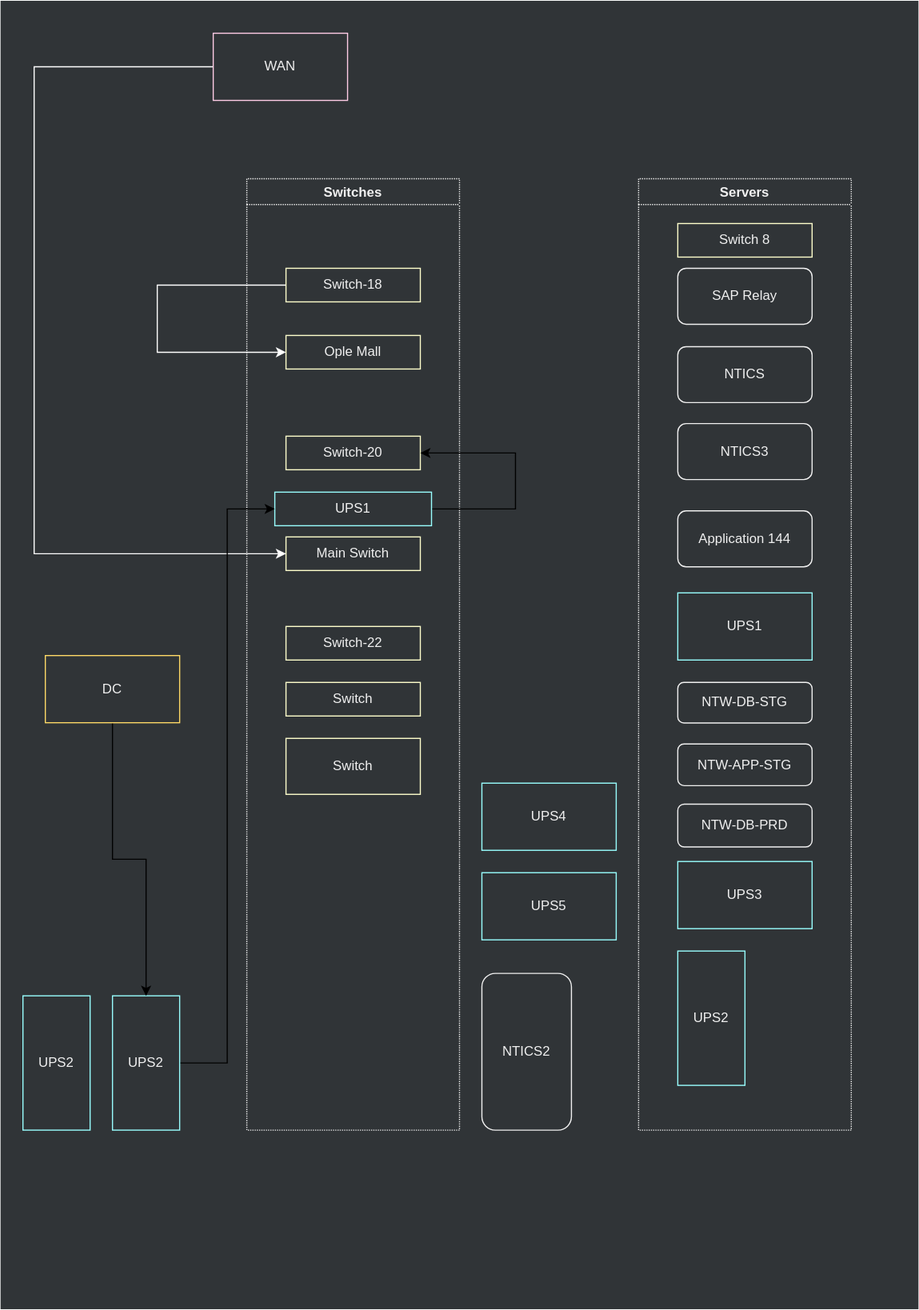
Above: assets/.draw.io/references/cypress-lan-structure-diagram.svg in jiholee-ntwglobal/jiholee-ntwglobal.github.io (draw.io), before the change. Source tidied: cells renumbered, new cells last; positions are measured from the earlier drawing's top-left corner, leaving out a move shared by most shapes. Its diagram source:
```xml
<mxGraphModel>
  <root>
    <mxCell id="0" />
    <mxCell id="1" parent="0" />
    <mxCell id="2" style="rounded=0;whiteSpace=wrap;html=1;fillColor=#303437;strokeColor=none;" parent="1" vertex="1">
      <mxGeometry width="820" height="1169" as="geometry" />
    </mxCell>
    <mxCell id="3" value="Switches" style="swimlane;rounded=0;strokeColor=#F0F0F0;fontColor=#F0F0F0;dashed=1;dashPattern=1 1;fillColor=#303437;swimlaneFillColor=#303437;" parent="1" vertex="1">
      <mxGeometry x="220" y="159" width="190" height="850" as="geometry" />
    </mxCell>
    <mxCell id="4" style="edgeStyle=orthogonalEdgeStyle;rounded=0;jettySize=auto;html=1;exitX=0;exitY=0.5;exitDx=0;exitDy=0;fillColor=#60a917;strokeColor=#FFFFFF;entryX=0;entryY=0.5;entryDx=0;entryDy=0;" parent="3" edge="1" source="5" target="6">
      <mxGeometry relative="1" as="geometry">
        <Array as="points">
          <mxPoint x="-80" y="95" />
          <mxPoint x="-80" y="155" />
        </Array>
      </mxGeometry>
    </mxCell>
    <mxCell id="5" value="Switch-18" style="rounded=0;whiteSpace=wrap;html=1;fillColor=none;fontColor=#F0F0F0;strokeColor=#FFFFCC;" parent="3" vertex="1">
      <mxGeometry x="35" y="80" width="120" height="30" as="geometry" />
    </mxCell>
    <mxCell id="6" value="Ople Mall" style="rounded=0;whiteSpace=wrap;html=1;fillColor=none;fontColor=#F0F0F0;strokeColor=#FFFFCC;" parent="3" vertex="1">
      <mxGeometry x="35" y="140" width="120" height="30" as="geometry" />
    </mxCell>
    <mxCell id="7" value="Switch-20" style="rounded=0;whiteSpace=wrap;html=1;fillColor=none;fontColor=#F0F0F0;strokeColor=#FFFFCC;" parent="3" vertex="1">
      <mxGeometry x="35" y="230" width="120" height="30" as="geometry" />
    </mxCell>
    <mxCell id="8" value="Main Switch" style="rounded=0;whiteSpace=wrap;html=1;fillColor=none;fontColor=#F0F0F0;strokeColor=#FFFFCC;" parent="3" vertex="1">
      <mxGeometry x="35" y="320" width="120" height="30" as="geometry" />
    </mxCell>
    <mxCell id="9" value="Switch-22" style="rounded=0;whiteSpace=wrap;html=1;fillColor=none;fontColor=#F0F0F0;strokeColor=#FFFFCC;" parent="3" vertex="1">
      <mxGeometry x="35" y="400" width="120" height="30" as="geometry" />
    </mxCell>
    <mxCell id="10" value="Switch" style="rounded=0;whiteSpace=wrap;html=1;fillColor=none;fontColor=#F0F0F0;strokeColor=#FFFFCC;" parent="3" vertex="1">
      <mxGeometry x="35" y="450" width="120" height="30" as="geometry" />
    </mxCell>
    <mxCell id="11" value="Switch" style="rounded=0;whiteSpace=wrap;html=1;fillColor=none;fontColor=#F0F0F0;strokeColor=#FFFFCC;" parent="3" vertex="1">
      <mxGeometry x="35" y="500" width="120" height="50" as="geometry" />
    </mxCell>
    <mxCell id="12" style="edgeStyle=orthogonalEdgeStyle;rounded=0;jettySize=auto;html=1;entryX=1;entryY=0.5;entryDx=0;entryDy=0;" parent="3" edge="1" source="13" target="7">
      <mxGeometry relative="1" as="geometry">
        <Array as="points">
          <mxPoint x="240" y="295" />
          <mxPoint x="240" y="245" />
        </Array>
      </mxGeometry>
    </mxCell>
    <mxCell id="13" value="UPS1" style="rounded=0;whiteSpace=wrap;html=1;fillColor=none;fontColor=#F0F0F0;strokeColor=#99FFFF;" parent="3" vertex="1">
      <mxGeometry x="25" y="280" width="140" height="30" as="geometry" />
    </mxCell>
    <mxCell id="14" value="Servers" style="swimlane;rounded=0;strokeColor=#F0F0F0;fontColor=#F0F0F0;dashed=1;dashPattern=1 1;swimlaneFillColor=#303437;fillColor=#303437;" parent="1" vertex="1">
      <mxGeometry x="570" y="159" width="190" height="850" as="geometry" />
    </mxCell>
    <mxCell id="15" value="NTICS" style="rounded=1;whiteSpace=wrap;html=1;strokeColor=#F0F0F0;fillColor=none;fontColor=#F0F0F0;" parent="14" vertex="1">
      <mxGeometry x="35" y="150" width="120" height="50" as="geometry" />
    </mxCell>
    <mxCell id="16" value="NTICS3" style="rounded=1;whiteSpace=wrap;html=1;strokeColor=#F0F0F0;fillColor=none;fontColor=#F0F0F0;" parent="14" vertex="1">
      <mxGeometry x="35" y="218.8" width="120" height="50" as="geometry" />
    </mxCell>
    <mxCell id="17" value="SAP Relay" style="rounded=1;whiteSpace=wrap;html=1;strokeColor=#F0F0F0;fillColor=none;fontColor=#F0F0F0;" parent="14" vertex="1">
      <mxGeometry x="35" y="80" width="120" height="50" as="geometry" />
    </mxCell>
    <mxCell id="18" value="Application 144" style="rounded=1;whiteSpace=wrap;html=1;strokeColor=#F0F0F0;fillColor=none;fontColor=#F0F0F0;" parent="14" vertex="1">
      <mxGeometry x="35" y="296.8" width="120" height="50" as="geometry" />
    </mxCell>
    <mxCell id="19" value="NTW-DB-STG" style="rounded=1;whiteSpace=wrap;html=1;strokeColor=#F0F0F0;fillColor=none;fontColor=#F0F0F0;" parent="14" vertex="1">
      <mxGeometry x="35" y="450" width="120" height="36.2" as="geometry" />
    </mxCell>
    <mxCell id="20" value="NTW-APP-STG" style="rounded=1;whiteSpace=wrap;html=1;strokeColor=#F0F0F0;fillColor=none;fontColor=#F0F0F0;" parent="14" vertex="1">
      <mxGeometry x="35" y="505" width="120" height="37.2" as="geometry" />
    </mxCell>
    <mxCell id="21" value="NTW-DB-PRD" style="rounded=1;whiteSpace=wrap;html=1;strokeColor=#F0F0F0;fillColor=none;fontColor=#F0F0F0;" parent="14" vertex="1">
      <mxGeometry x="35" y="558.8" width="120" height="38.2" as="geometry" />
    </mxCell>
    <mxCell id="22" value="UPS1" style="rounded=0;whiteSpace=wrap;html=1;fillColor=none;fontColor=#F0F0F0;strokeColor=#99FFFF;" parent="14" vertex="1">
      <mxGeometry x="35" y="370" width="120" height="60" as="geometry" />
    </mxCell>
    <mxCell id="23" value="UPS3" style="rounded=0;whiteSpace=wrap;html=1;fillColor=none;fontColor=#F0F0F0;strokeColor=#99FFFF;" parent="14" vertex="1">
      <mxGeometry x="35" y="610" width="120" height="60" as="geometry" />
    </mxCell>
    <mxCell id="24" value="Switch 8" style="rounded=0;whiteSpace=wrap;html=1;fillColor=none;fontColor=#F0F0F0;strokeColor=#FFFFCC;" parent="14" vertex="1">
      <mxGeometry x="35" y="40" width="120" height="30" as="geometry" />
    </mxCell>
    <mxCell id="25" value="UPS2" style="rounded=0;whiteSpace=wrap;html=1;fillColor=none;fontColor=#F0F0F0;strokeColor=#99FFFF;" parent="14" vertex="1">
      <mxGeometry x="35" y="690" width="60" height="120" as="geometry" />
    </mxCell>
    <mxCell id="26" value="NTICS2" style="rounded=1;whiteSpace=wrap;html=1;strokeColor=#F0F0F0;fillColor=none;fontColor=#F0F0F0;" parent="1" vertex="1">
      <mxGeometry x="430" y="869" width="80" height="140" as="geometry" />
    </mxCell>
    <mxCell id="27" value="UPS4" style="rounded=0;whiteSpace=wrap;html=1;fillColor=none;fontColor=#F0F0F0;strokeColor=#99FFFF;" parent="1" vertex="1">
      <mxGeometry x="430" y="699" width="120" height="60" as="geometry" />
    </mxCell>
    <mxCell id="28" value="UPS5" style="rounded=0;whiteSpace=wrap;html=1;fillColor=none;fontColor=#F0F0F0;strokeColor=#99FFFF;" parent="1" vertex="1">
      <mxGeometry x="430" y="779" width="120" height="60" as="geometry" />
    </mxCell>
    <mxCell id="29" style="edgeStyle=orthogonalEdgeStyle;rounded=0;jettySize=auto;html=1;entryX=0;entryY=0.5;entryDx=0;entryDy=0;strokeColor=#FFFFFF;" parent="1" edge="1" source="30" target="8">
      <mxGeometry relative="1" as="geometry">
        <Array as="points">
          <mxPoint x="30" y="59" />
          <mxPoint x="30" y="494" />
        </Array>
      </mxGeometry>
    </mxCell>
    <mxCell id="30" value="WAN" style="rounded=0;whiteSpace=wrap;html=1;fillColor=none;fontColor=#F0F0F0;strokeColor=#FFCCE6;" parent="1" vertex="1">
      <mxGeometry x="190" y="29" width="120" height="60" as="geometry" />
    </mxCell>
    <mxCell id="31" value="UPS2" style="rounded=0;whiteSpace=wrap;html=1;fillColor=none;fontColor=#F0F0F0;strokeColor=#99FFFF;" parent="1" vertex="1">
      <mxGeometry x="20" y="889" width="60" height="120" as="geometry" />
    </mxCell>
    <mxCell id="32" style="edgeStyle=orthogonalEdgeStyle;rounded=0;jettySize=auto;html=1;entryX=0;entryY=0.5;entryDx=0;entryDy=0;" parent="1" edge="1" source="33" target="13">
      <mxGeometry relative="1" as="geometry" />
    </mxCell>
    <mxCell id="33" value="UPS2" style="rounded=0;whiteSpace=wrap;html=1;fillColor=none;fontColor=#F0F0F0;strokeColor=#99FFFF;" parent="1" vertex="1">
      <mxGeometry x="100" y="889" width="60" height="120" as="geometry" />
    </mxCell>
    <mxCell id="34" style="edgeStyle=orthogonalEdgeStyle;rounded=0;jettySize=auto;html=1;" parent="1" edge="1" source="35" target="33">
      <mxGeometry relative="1" as="geometry" />
    </mxCell>
    <mxCell id="35" value="DC" style="rounded=0;whiteSpace=wrap;html=1;fillColor=none;fontColor=#F0F0F0;strokeColor=#FFD966;" parent="1" vertex="1">
      <mxGeometry x="40" y="585" width="120" height="60" as="geometry" />
    </mxCell>
  </root>
</mxGraphModel>
```
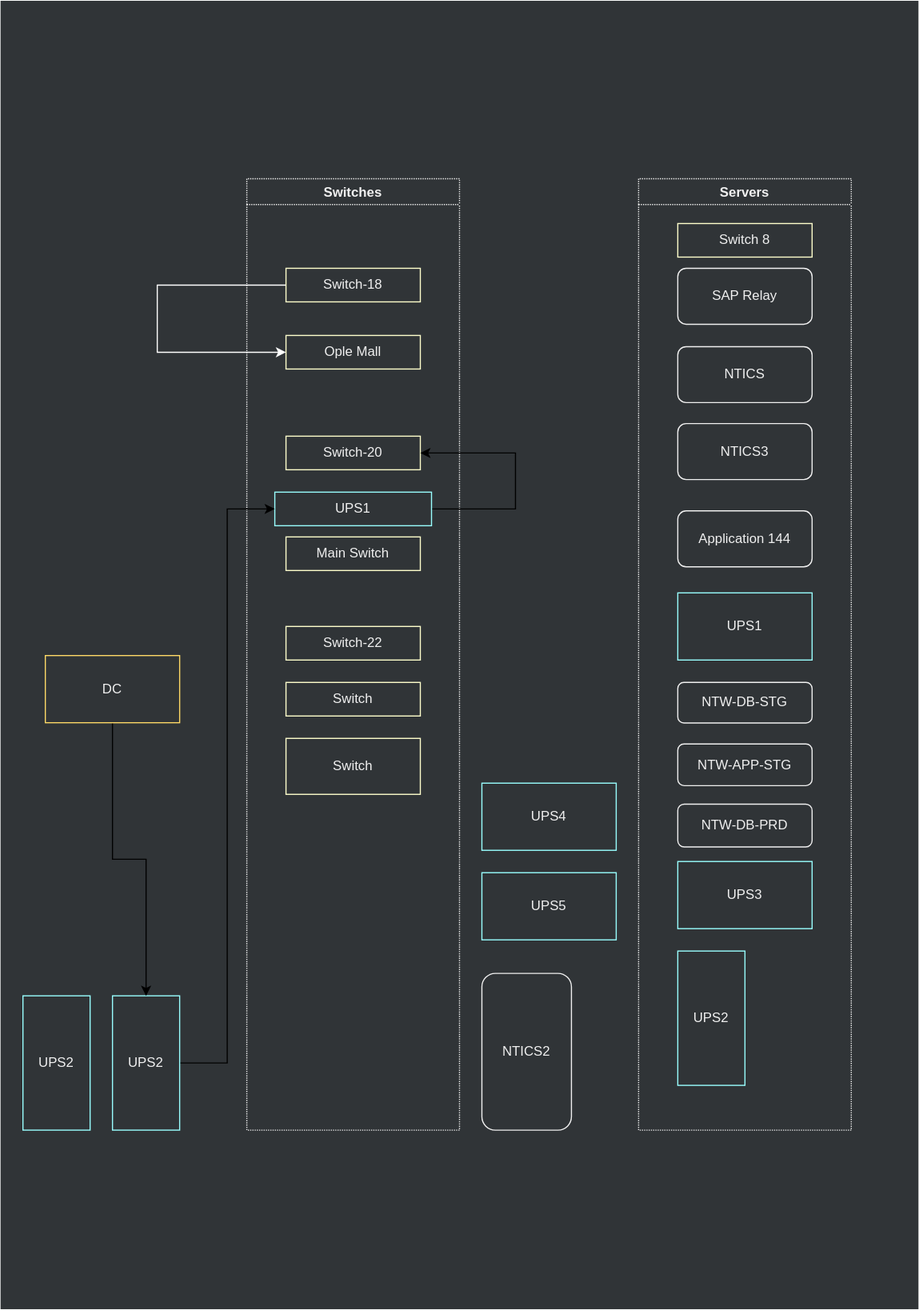
Above is the later version.

Diff of the diagram source:
```diff
@@ -93,17 +93,6 @@
     <mxCell id="28" value="UPS5" style="rounded=0;whiteSpace=wrap;html=1;fillColor=none;fontColor=#F0F0F0;strokeColor=#99FFFF;" parent="1" vertex="1">
       <mxGeometry x="430" y="779" width="120" height="60" as="geometry" />
     </mxCell>
-    <mxCell id="29" style="edgeStyle=orthogonalEdgeStyle;rounded=0;jettySize=auto;html=1;entryX=0;entryY=0.5;entryDx=0;entryDy=0;strokeColor=#FFFFFF;" parent="1" edge="1" source="30" target="8">
-      <mxGeometry relative="1" as="geometry">
-        <Array as="points">
-          <mxPoint x="30" y="59" />
-          <mxPoint x="30" y="494" />
-        </Array>
-      </mxGeometry>
-    </mxCell>
-    <mxCell id="30" value="WAN" style="rounded=0;whiteSpace=wrap;html=1;fillColor=none;fontColor=#F0F0F0;strokeColor=#FFCCE6;" parent="1" vertex="1">
-      <mxGeometry x="190" y="29" width="120" height="60" as="geometry" />
-    </mxCell>
     <mxCell id="31" value="UPS2" style="rounded=0;whiteSpace=wrap;html=1;fillColor=none;fontColor=#F0F0F0;strokeColor=#99FFFF;" parent="1" vertex="1">
       <mxGeometry x="20" y="889" width="60" height="120" as="geometry" />
     </mxCell>
```
